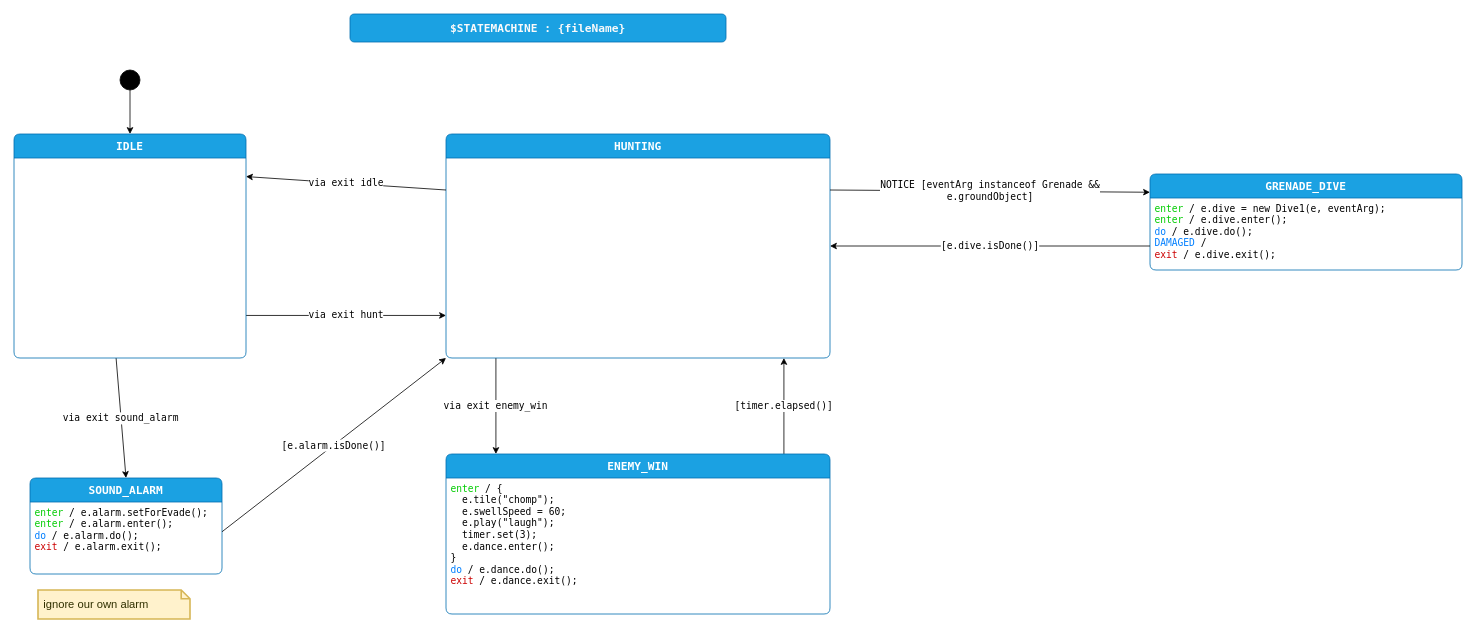
adamfk/game-fsm-examples keeps this draw.io diagram as page "design" (1 of 3) of enemy3/Enemy3Sm.drawio. Above is the earlier version. Source tidied: cells renumbered, new cells numbered last; positions are measured from the earlier drawing's top-left corner, leaving out a move shared by most shapes. Both pictures are drawn from the tidied source at 80%, with x=0, y=0 at pixel (14, 14).
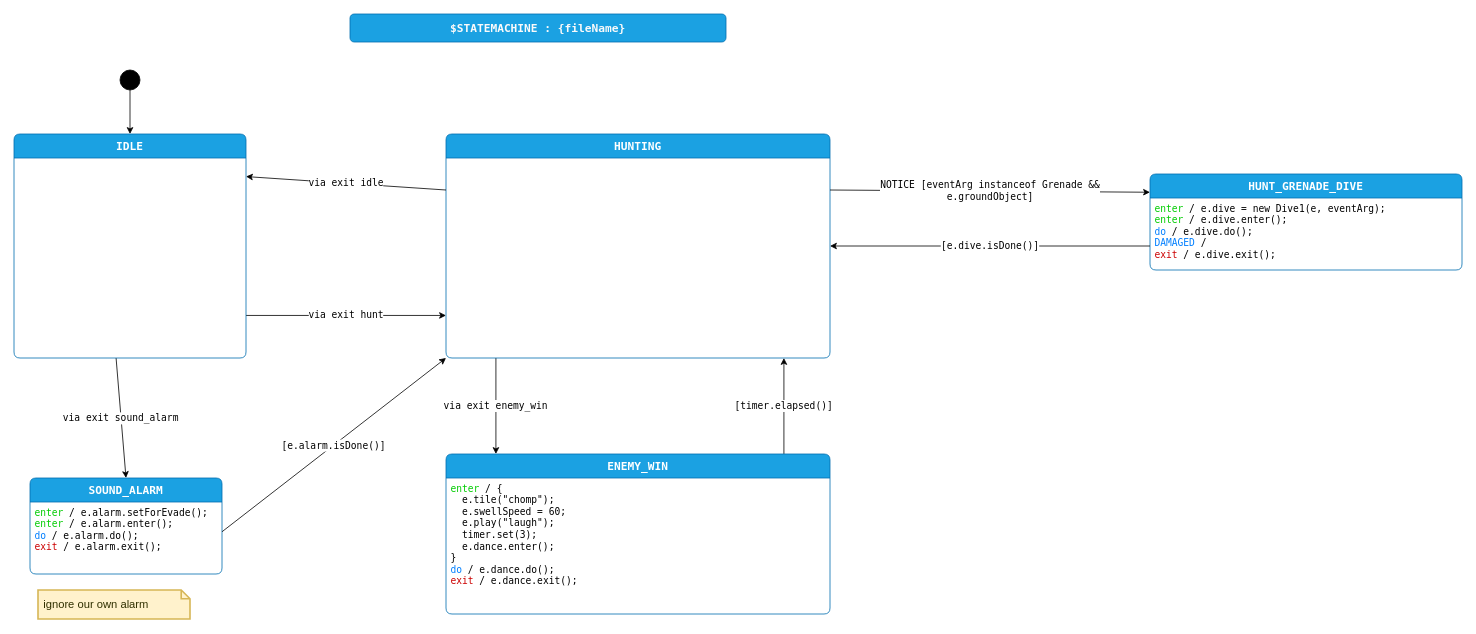
The same diagram, later.

Diff of the diagram source:
```diff
@@
-    <mxCell id="18" value="GRENADE_DIVE" style="shape=swimlane;align=center;verticalAlign=top;fontFamily=Lucida Console;startSize=30;fontSize=14;fontStyle=1;fontColor=#ffffff;fillColor=#1ba1e2;swimlaneFillColor=default;rounded=1;arcSize=15;absoluteArcSize=1;points=[[0,0,0,0,0],[0,0.06,0,0,0],[0,0.13,0,0,0],[0,0.19,0,0,0],[0,0.25,0,0,0],[0,0.31,0,0,0],[0,0.38,0,0,0],[0,0.44,0,0,0],[0,0.5,0,0,0],[0,0.56,0,0,0],[0,0.63,0,0,0],[0,0.69,0,0,0],[0,0.75,0,0,0],[0,0.81,0,0,0],[0,0.88,0,0,0],[0,0.94,0,0,0],[0,1,0,0,0],[0.06,0,0,0,0],[0.06,1,0,0,0],[0.13,0,0,0,0],[0.13,1,0,0,0],[0.19,0,0,0,0],[0.19,1,0,0,0],[0.25,0,0,0,0],[0.25,1,0,0,0],[0.31,0,0,0,0],[0.31,1,0,0,0],[0.38,0,0,0,0],[0.38,1,0,0,0],[0.44,0,0,0,0],[0.44,1,0,0,0],[0.5,0,0,0,0],[0.5,1,0,0,0],[0.56,0,0,0,0],[0.56,1,0,0,0],[0.63,0,0,0,0],[0.63,1,0,0,0],[0.69,0,0,0,0],[0.69,1,0,0,0],[0.75,0,0,0,0],[0.75,1,0,0,0],[0.81,0,0,0,0],[0.81,1,0,0,0],[0.88,0,0,0,0],[0.88,1,0,0,0],[0.94,0,0,0,0],[0.94,1,0,0,0],[1,0,0,0,0],[1,0.06,0,0,0],[1,0.13,0,0,0],[1,0.19,0,0,0],[1,0.25,0,0,0],[1,0.31,0,0,0],[1,0.38,0,0,0],[1,0.44,0,0,0],[1,0.5,0,0,0],[1,0.56,0,0,0],[1,0.63,0,0,0],[1,0.69,0,0,0],[1,0.75,0,0,0],[1,0.81,0,0,0],[1,0.88,0,0,0],[1,0.94,0,0,0],[1,1,0,0,0]];strokeColor=#006EAF;labelBackgroundColor=none;" parent="1" vertex="1">
+    <mxCell id="18" value="HUNT_GRENADE_DIVE" style="shape=swimlane;align=center;verticalAlign=top;fontFamily=Lucida Console;startSize=30;fontSize=14;fontStyle=1;fontColor=#ffffff;fillColor=#1ba1e2;swimlaneFillColor=default;rounded=1;arcSize=15;absoluteArcSize=1;points=[[0,0,0,0,0],[0,0.06,0,0,0],[0,0.13,0,0,0],[0,0.19,0,0,0],[0,0.25,0,0,0],[0,0.31,0,0,0],[0,0.38,0,0,0],[0,0.44,0,0,0],[0,0.5,0,0,0],[0,0.56,0,0,0],[0,0.63,0,0,0],[0,0.69,0,0,0],[0,0.75,0,0,0],[0,0.81,0,0,0],[0,0.88,0,0,0],[0,0.94,0,0,0],[0,1,0,0,0],[0.06,0,0,0,0],[0.06,1,0,0,0],[0.13,0,0,0,0],[0.13,1,0,0,0],[0.19,0,0,0,0],[0.19,1,0,0,0],[0.25,0,0,0,0],[0.25,1,0,0,0],[0.31,0,0,0,0],[0.31,1,0,0,0],[0.38,0,0,0,0],[0.38,1,0,0,0],[0.44,0,0,0,0],[0.44,1,0,0,0],[0.5,0,0,0,0],[0.5,1,0,0,0],[0.56,0,0,0,0],[0.56,1,0,0,0],[0.63,0,0,0,0],[0.63,1,0,0,0],[0.69,0,0,0,0],[0.69,1,0,0,0],[0.75,0,0,0,0],[0.75,1,0,0,0],[0.81,0,0,0,0],[0.81,1,0,0,0],[0.88,0,0,0,0],[0.88,1,0,0,0],[0.94,0,0,0,0],[0.94,1,0,0,0],[1,0,0,0,0],[1,0.06,0,0,0],[1,0.13,0,0,0],[1,0.19,0,0,0],[1,0.25,0,0,0],[1,0.31,0,0,0],[1,0.38,0,0,0],[1,0.44,0,0,0],[1,0.5,0,0,0],[1,0.56,0,0,0],[1,0.63,0,0,0],[1,0.69,0,0,0],[1,0.75,0,0,0],[1,0.81,0,0,0],[1,0.88,0,0,0],[1,0.94,0,0,0],[1,1,0,0,0]];strokeColor=#006EAF;labelBackgroundColor=none;" parent="1" vertex="1">
       <mxGeometry x="1420" y="200" width="390" height="120" as="geometry" />
     </mxCell>
```
